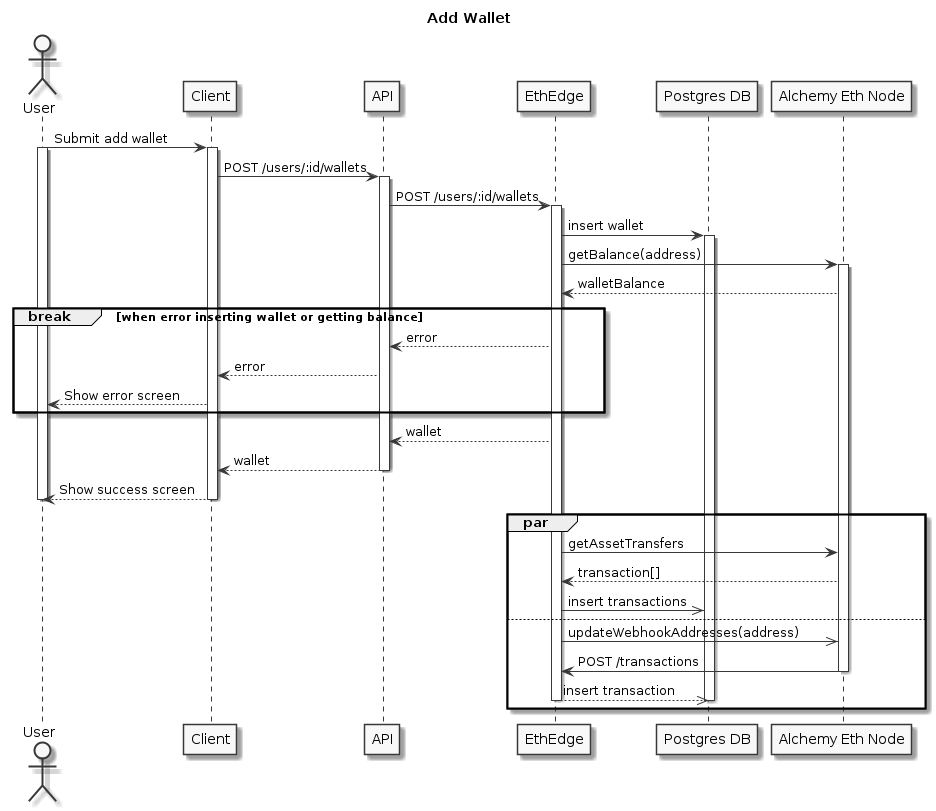
Earlier version of the PlantUML export packages/diagrams/generated/sequence_add_wallet.png (SOEN-490-Capstone/Cryptify). Source of this version:
```plantuml
@startuml
skinparam monochrome true
title Add Wallet

actor User
participant Client
participant API
participant EthEdge
participant "Postgres DB"
participant "Alchemy Eth Node"

User -> Client: Submit add wallet
activate User
activate Client
Client -> API: POST /users/:id/wallets
activate API
API -> EthEdge: POST /users/:id/wallets
activate EthEdge
EthEdge -> "Postgres DB": insert wallet
activate "Postgres DB"

EthEdge -> "Alchemy Eth Node": getBalance(address)
activate "Alchemy Eth Node"
"Alchemy Eth Node" --> EthEdge: walletBalance

break when error inserting wallet or getting balance
    EthEdge --> API: error
    API --> Client: error
    Client --> User: Show error screen
end

EthEdge --> API: wallet
API --> Client: wallet
deactivate API
Client --> User: Show success screen
deactivate Client
deactivate User

par
    EthEdge -> "Alchemy Eth Node": getAssetTransfers
    "Alchemy Eth Node" --> EthEdge: transaction[]
    EthEdge ->> "Postgres DB": insert transactions
else
    EthEdge ->> "Alchemy Eth Node": updateWebhookAddresses(address)
    "Alchemy Eth Node" -> EthEdge: POST /transactions
    deactivate "Alchemy Eth Node"
    EthEdge -->> "Postgres DB": insert transaction
    deactivate "Postgres DB"
    deactivate EthEdge
end
@enduml
```
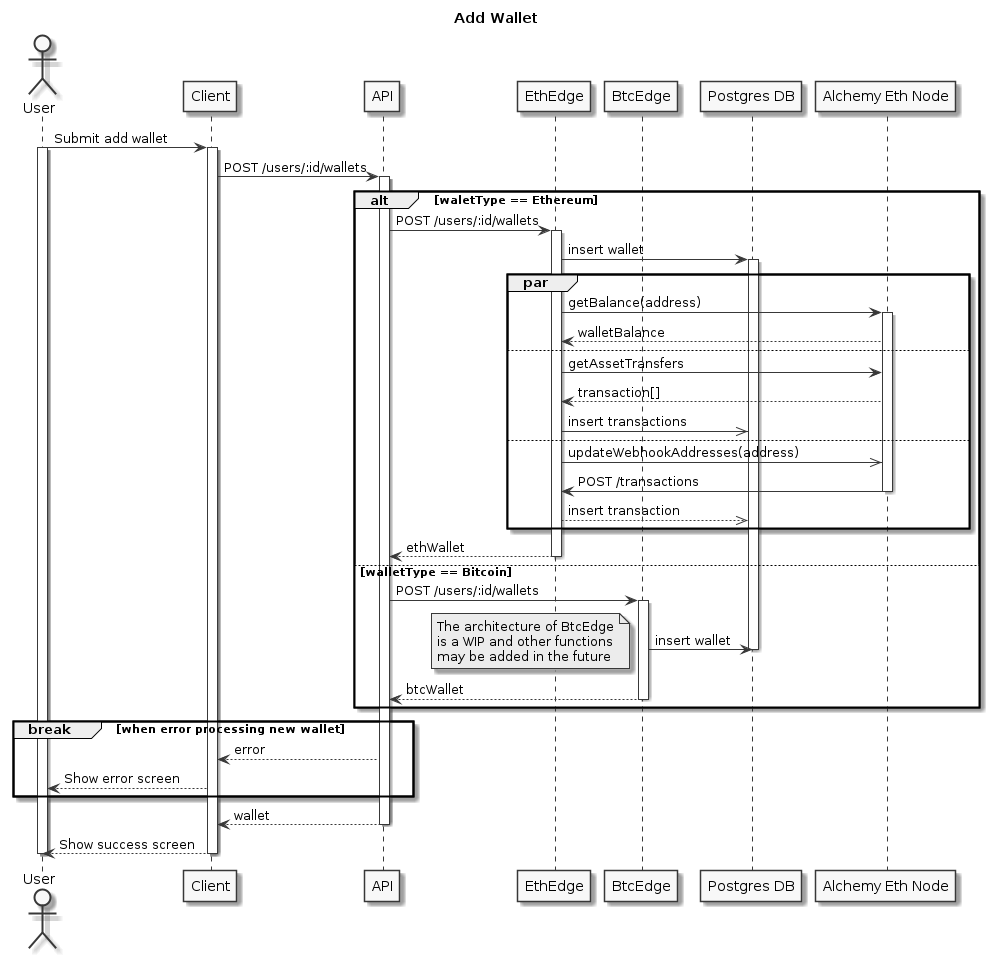
Above is the later version.

Diff of the diagram source:
```diff
@@ -1,11 +1,13 @@
 @startuml
 skinparam monochrome true
+
 title Add Wallet
 
 actor User
 participant Client
 participant API
 participant EthEdge
+participant BtcEdge
 participant "Postgres DB"
 participant "Alchemy Eth Node"
 
@@ -14,38 +16,49 @@
 activate Client
 Client -> API: POST /users/:id/wallets
 activate API
-API -> EthEdge: POST /users/:id/wallets
-activate EthEdge
-EthEdge -> "Postgres DB": insert wallet
-activate "Postgres DB"
+alt waletType == Ethereum
+    API -> EthEdge: POST /users/:id/wallets
+    activate EthEdge
+    EthEdge -> "Postgres DB": insert wallet
+    activate "Postgres DB"
 
-EthEdge -> "Alchemy Eth Node": getBalance(address)
-activate "Alchemy Eth Node"
-"Alchemy Eth Node" --> EthEdge: walletBalance
+    par
+        EthEdge -> "Alchemy Eth Node": getBalance(address)
+        activate "Alchemy Eth Node"
+        "Alchemy Eth Node" --> EthEdge: walletBalance
+    else
+        EthEdge -> "Alchemy Eth Node": getAssetTransfers
+        "Alchemy Eth Node" --> EthEdge: transaction[]
+        EthEdge ->> "Postgres DB": insert transactions
+    else
+        EthEdge ->> "Alchemy Eth Node": updateWebhookAddresses(address)
+        "Alchemy Eth Node" -> EthEdge: POST /transactions
+        deactivate "Alchemy Eth Node"
+        EthEdge -->> "Postgres DB": insert transaction
+    end
 
-break when error inserting wallet or getting balance
-    EthEdge --> API: error
+    EthEdge --> API: ethWallet
+    deactivate EthEdge
+else walletType == Bitcoin
+    API -> BtcEdge: POST /users/:id/wallets
+    activate BtcEdge
+    BtcEdge -> "Postgres DB": insert wallet
+    deactivate "Postgres DB"
+    note left: The architecture of BtcEdge\nis a WIP and other functions\nmay be added in the future
+
+    BtcEdge --> API: btcWallet
+    deactivate BtcEdge
+end
+
+break when error processing new wallet
     API --> Client: error
     Client --> User: Show error screen
 end
 
-EthEdge --> API: wallet
 API --> Client: wallet
 deactivate API
 Client --> User: Show success screen
 deactivate Client
 deactivate User
 
-par
-    EthEdge -> "Alchemy Eth Node": getAssetTransfers
-    "Alchemy Eth Node" --> EthEdge: transaction[]
-    EthEdge ->> "Postgres DB": insert transactions
-else
-    EthEdge ->> "Alchemy Eth Node": updateWebhookAddresses(address)
-    "Alchemy Eth Node" -> EthEdge: POST /transactions
-    deactivate "Alchemy Eth Node"
-    EthEdge -->> "Postgres DB": insert transaction
-    deactivate "Postgres DB"
-    deactivate EthEdge
-end
 @enduml
```
